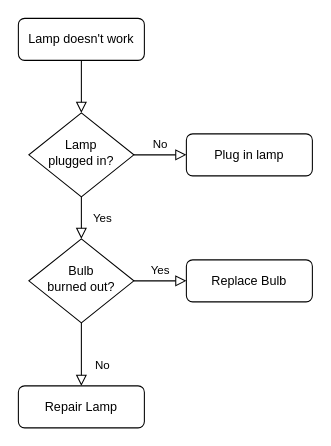
This is Untitled Diagram.drawio from liyp1120/draw.io, a draw.io file, before an edit. Source tidied: cells renumbered, new cells numbered last; positions are measured from the earlier drawing's top-left corner, leaving out a move shared by most shapes. Both pictures are drawn from the tidied source at 105%, with x=0, y=0 at pixel (18, 18).
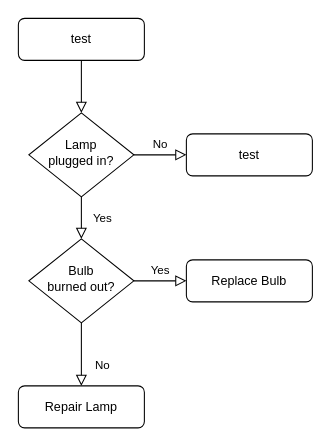
The same page after the edit.

What changed in the source:
```diff
@@
 <mxGraphModel>
   <root>
     <mxCell id="0" />
     <mxCell id="1" parent="0" />
     <mxCell id="2" style="rounded=0;html=1;jettySize=auto;fontSize=11;endArrow=block;endFill=0;endSize=8;strokeWidth=1;shadow=0;labelBackgroundColor=none;edgeStyle=orthogonalEdgeStyle;" parent="1" edge="1" source="3" target="6">
       <mxGeometry relative="1" as="geometry" />
     </mxCell>
-    <mxCell id="3" value="Lamp doesn't work" style="rounded=1;whiteSpace=wrap;html=1;fontSize=12;glass=0;strokeWidth=1;shadow=0;" parent="1" vertex="1">
+    <mxCell id="3" value="test" style="rounded=1;whiteSpace=wrap;html=1;fontSize=12;glass=0;strokeWidth=1;shadow=0;" parent="1" vertex="1">
       <mxGeometry width="120" height="40" as="geometry" />
     </mxCell>
     <mxCell id="4" value="Yes" style="rounded=0;html=1;jettySize=auto;fontSize=11;endArrow=block;endFill=0;endSize=8;strokeWidth=1;shadow=0;labelBackgroundColor=none;edgeStyle=orthogonalEdgeStyle;" parent="1" edge="1" source="6" target="10">
       <mxGeometry y="20" relative="1" as="geometry" />
     </mxCell>
     <mxCell id="5" value="No" style="edgeStyle=orthogonalEdgeStyle;rounded=0;html=1;jettySize=auto;fontSize=11;endArrow=block;endFill=0;endSize=8;strokeWidth=1;shadow=0;labelBackgroundColor=none;" parent="1" edge="1" source="6" target="7">
       <mxGeometry y="10" relative="1" as="geometry" />
     </mxCell>
     <mxCell id="6" value="Lamp&lt;br&gt;plugged in?" style="rhombus;whiteSpace=wrap;html=1;shadow=0;fontFamily=Helvetica;fontSize=12;align=center;strokeWidth=1;spacing=6;spacingTop=-4;" parent="1" vertex="1">
       <mxGeometry x="10" y="90" width="100" height="80" as="geometry" />
     </mxCell>
-    <mxCell id="7" value="Plug in lamp" style="rounded=1;whiteSpace=wrap;html=1;fontSize=12;glass=0;strokeWidth=1;shadow=0;" parent="1" vertex="1">
+    <mxCell id="7" value="test" style="rounded=1;whiteSpace=wrap;html=1;fontSize=12;glass=0;strokeWidth=1;shadow=0;" parent="1" vertex="1">
       <mxGeometry x="160" y="110" width="120" height="40" as="geometry" />
     </mxCell>
     <mxCell id="8" value="No" style="rounded=0;html=1;jettySize=auto;fontSize=11;endArrow=block;endFill=0;endSize=8;strokeWidth=1;shadow=0;labelBackgroundColor=none;edgeStyle=orthogonalEdgeStyle;" parent="1" edge="1" source="10" target="11">
       <mxGeometry x="0.33" y="20" relative="1" as="geometry" />
     </mxCell>
     <mxCell id="9" value="Yes" style="edgeStyle=orthogonalEdgeStyle;rounded=0;html=1;jettySize=auto;fontSize=11;endArrow=block;endFill=0;endSize=8;strokeWidth=1;shadow=0;labelBackgroundColor=none;" parent="1" edge="1" source="10" target="12">
       <mxGeometry y="10" relative="1" as="geometry" />
     </mxCell>
     <mxCell id="10" value="Bulb&lt;br&gt;burned out?" style="rhombus;whiteSpace=wrap;html=1;shadow=0;fontFamily=Helvetica;fontSize=12;align=center;strokeWidth=1;spacing=6;spacingTop=-4;" parent="1" vertex="1">
       <mxGeometry x="10" y="210" width="100" height="80" as="geometry" />
     </mxCell>
     <mxCell id="11" value="Repair Lamp" style="rounded=1;whiteSpace=wrap;html=1;fontSize=12;glass=0;strokeWidth=1;shadow=0;" parent="1" vertex="1">
       <mxGeometry y="350" width="120" height="40" as="geometry" />
     </mxCell>
     <mxCell id="12" value="Replace Bulb" style="rounded=1;whiteSpace=wrap;html=1;fontSize=12;glass=0;strokeWidth=1;shadow=0;" parent="1" vertex="1">
       <mxGeometry x="160" y="230" width="120" height="40" as="geometry" />
     </mxCell>
   </root>
 </mxGraphModel>
```
